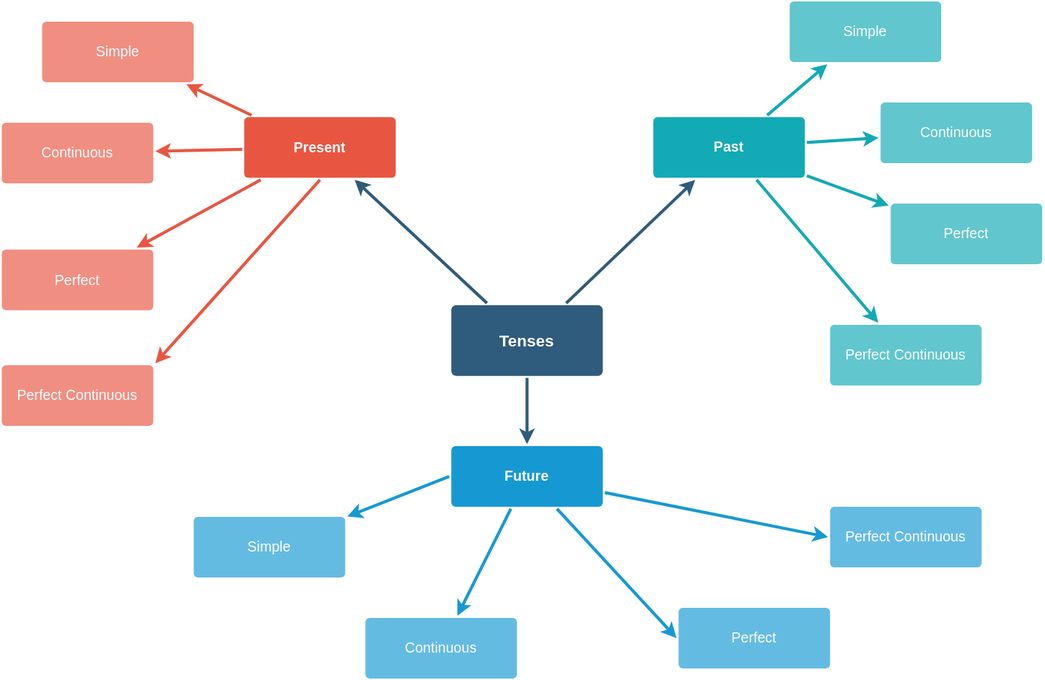
mhrk04/WED10402-CE keeps this draw.io diagram as Tense.drawio.svg. Above is the earlier version. Source tidied: cells renumbered, new cells last; positions are measured from the earlier drawing's top-left corner, leaving out a move shared by most shapes.
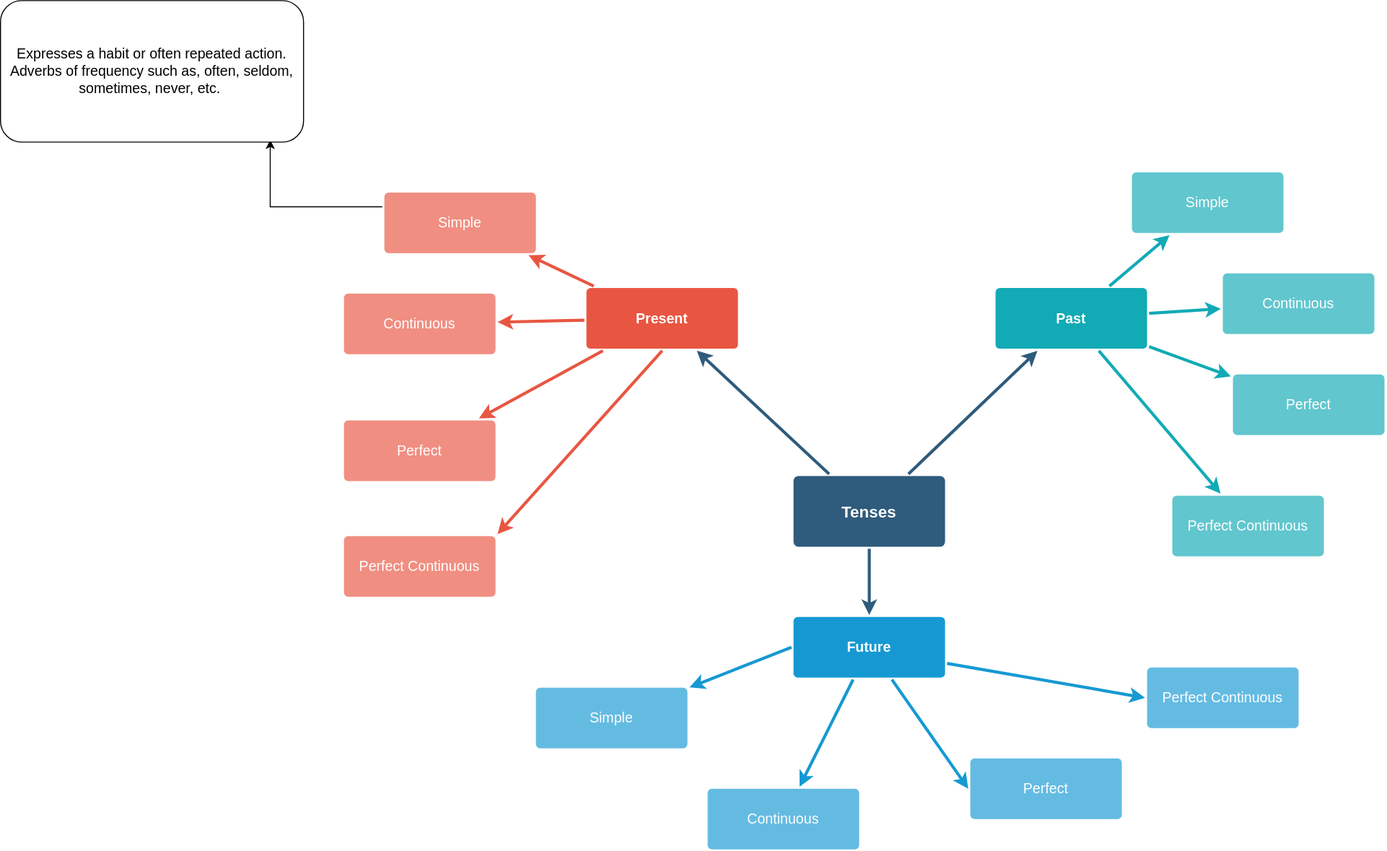
Above is the later version.

Diff of the diagram source:
```diff
@@ -32,6 +32,9 @@
     <mxCell id="11" value="Continuous" style="rounded=1;whiteSpace=wrap;html=1;shadow=0;labelBackgroundColor=none;strokeColor=none;strokeWidth=3;fillColor=#f08e81;fontFamily=Helvetica;fontSize=14;fontColor=#FFFFFF;align=center;spacing=5;fontStyle=0;arcSize=7;perimeterSpacing=2;" parent="1" vertex="1">
       <mxGeometry y="120" width="150" height="60" as="geometry" />
     </mxCell>
+    <mxCell id="33" style="edgeStyle=orthogonalEdgeStyle;rounded=0;jettySize=auto;html=1;exitX=0;exitY=0.25;exitDx=0;exitDy=0;entryX=0.89;entryY=0.984;entryDx=0;entryDy=0;entryPerimeter=0;" parent="1" edge="1" source="12" target="34">
+      <mxGeometry relative="1" as="geometry" />
+    </mxCell>
     <mxCell id="12" value="Simple" style="rounded=1;whiteSpace=wrap;html=1;shadow=0;labelBackgroundColor=none;strokeColor=none;strokeWidth=3;fillColor=#f08e81;fontFamily=Helvetica;fontSize=14;fontColor=#FFFFFF;align=center;spacing=5;fontStyle=0;arcSize=7;perimeterSpacing=2;" parent="1" vertex="1">
       <mxGeometry x="40" y="20" width="150" height="60" as="geometry" />
     </mxCell>
@@ -48,7 +51,7 @@
       <mxGeometry x="445" y="440" width="150" height="60" as="geometry" />
     </mxCell>
     <mxCell id="17" value="Perfect" style="rounded=1;whiteSpace=wrap;html=1;shadow=0;labelBackgroundColor=none;strokeColor=none;strokeWidth=3;fillColor=#64bbe2;fontFamily=Helvetica;fontSize=14;fontColor=#FFFFFF;align=center;spacing=5;arcSize=7;perimeterSpacing=2;" parent="1" vertex="1">
-      <mxGeometry x="670" y="600" width="150" height="60" as="geometry" />
+      <mxGeometry x="620" y="580" width="150" height="60" as="geometry" />
     </mxCell>
     <mxCell id="18" value="Continuous" style="rounded=1;whiteSpace=wrap;html=1;shadow=0;labelBackgroundColor=none;strokeColor=none;strokeWidth=3;fillColor=#64bbe2;fontFamily=Helvetica;fontSize=14;fontColor=#FFFFFF;align=center;spacing=5;arcSize=7;perimeterSpacing=2;" parent="1" vertex="1">
       <mxGeometry x="360" y="610" width="150" height="60" as="geometry" />
@@ -90,10 +93,13 @@
       <mxGeometry relative="1" as="geometry" />
     </mxCell>
     <mxCell id="31" value="Perfect Continuous" style="rounded=1;whiteSpace=wrap;html=1;shadow=0;labelBackgroundColor=none;strokeColor=none;strokeWidth=3;fillColor=#64bbe2;fontFamily=Helvetica;fontSize=14;fontColor=#FFFFFF;align=center;spacing=5;arcSize=7;perimeterSpacing=2;" parent="1" vertex="1">
-      <mxGeometry x="820" y="500" width="150" height="60" as="geometry" />
+      <mxGeometry x="795" y="490" width="150" height="60" as="geometry" />
     </mxCell>
     <mxCell id="32" style="edgeStyle=none;rounded=0;jumpStyle=none;html=1;shadow=0;labelBackgroundColor=none;startArrow=none;startFill=0;endArrow=classic;endFill=1;jettySize=auto;strokeColor=#1699D3;strokeWidth=3;fontFamily=Helvetica;fontSize=14;fontColor=#FFFFFF;spacing=5;entryX=0;entryY=0.5;entryDx=0;entryDy=0;exitX=1;exitY=0.75;exitDx=0;exitDy=0;" parent="1" edge="1" source="16" target="31">
       <mxGeometry relative="1" as="geometry" />
     </mxCell>
+    <mxCell id="34" value="Expresses a habit or often repeated action.&lt;br style=&quot;font-size: 14px;&quot;&gt;Adverbs of frequency such as, often, seldom,&lt;br style=&quot;font-size: 14px;&quot;&gt;sometimes, never, etc.&amp;nbsp;" style="rounded=1;whiteSpace=wrap;html=1;fontSize=14;" parent="1" vertex="1">
+      <mxGeometry x="-340" y="-170" width="300" height="140" as="geometry" />
+    </mxCell>
   </root>
 </mxGraphModel>
```
